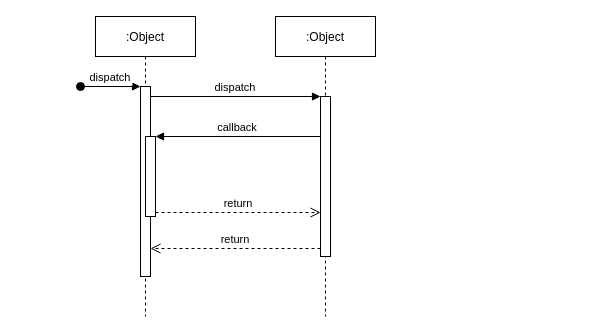
This is lottery.drawio from MrPeachHua/draw1, a draw.io file, before an edit. Source tidied: cells renumbered, new cells numbered last; positions are measured from the earlier drawing's top-left corner, leaving out a move shared by most shapes. Both pictures are drawn from the tidied source at 100%, with x=0, y=0 at pixel (80, 16).
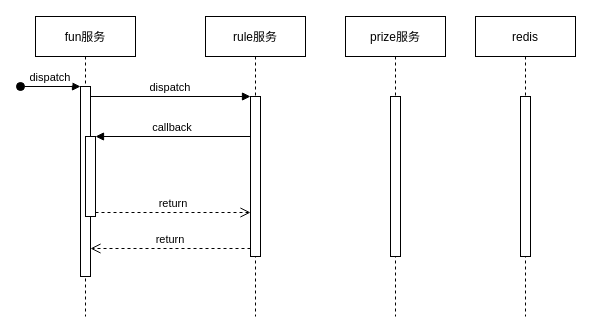
Above is the later version.

What changed in the source:
```diff
@@
 <mxGraphModel>
   <root>
     <mxCell id="0" />
     <mxCell id="1" parent="0" />
-    <mxCell id="2" value=":Object" style="shape=umlLifeline;perimeter=lifelinePerimeter;rounded=0;shadow=0;strokeWidth=1;" parent="1" vertex="1">
-      <mxGeometry x="15" width="100" height="300" as="geometry" />
+    <mxCell id="2" value="fun服务" style="shape=umlLifeline;perimeter=lifelinePerimeter;rounded=0;shadow=0;strokeWidth=1;" parent="1" vertex="1">
+      <mxGeometry x="-45" width="100" height="300" as="geometry" />
     </mxCell>
     <mxCell id="3" style="points=[];perimeter=orthogonalPerimeter;rounded=0;shadow=0;strokeWidth=1;" parent="2" vertex="1">
       <mxGeometry x="45" y="70" width="10" height="190" as="geometry" />
     </mxCell>
     <mxCell id="4" value="dispatch" style="verticalAlign=bottom;startArrow=oval;endArrow=block;startSize=8;shadow=0;strokeWidth=1;" parent="2" edge="1" target="3">
       <mxGeometry relative="1" as="geometry">
         <mxPoint x="-15" y="70" as="sourcePoint" />
       </mxGeometry>
     </mxCell>
     <mxCell id="5" style="points=[];perimeter=orthogonalPerimeter;rounded=0;shadow=0;strokeWidth=1;" parent="2" vertex="1">
       <mxGeometry x="50" y="120" width="10" height="80" as="geometry" />
     </mxCell>
-    <mxCell id="6" value=":Object" style="shape=umlLifeline;perimeter=lifelinePerimeter;rounded=0;shadow=0;strokeWidth=1;" parent="1" vertex="1">
-      <mxGeometry x="195" width="100" height="300" as="geometry" />
+    <mxCell id="6" value="rule服务" style="shape=umlLifeline;perimeter=lifelinePerimeter;rounded=0;shadow=0;strokeWidth=1;" parent="1" vertex="1">
+      <mxGeometry x="125" width="100" height="300" as="geometry" />
     </mxCell>
     <mxCell id="7" style="points=[];perimeter=orthogonalPerimeter;rounded=0;shadow=0;strokeWidth=1;" parent="6" vertex="1">
       <mxGeometry x="45" y="80" width="10" height="160" as="geometry" />
     </mxCell>
     <mxCell id="8" value="return" style="verticalAlign=bottom;endArrow=open;dashed=1;endSize=8;exitX=0;exitY=0.95;shadow=0;strokeWidth=1;" parent="1" edge="1" source="7" target="3">
       <mxGeometry relative="1" as="geometry" />
     </mxCell>
     <mxCell id="9" value="dispatch" style="verticalAlign=bottom;endArrow=block;entryX=0;entryY=0;shadow=0;strokeWidth=1;" parent="1" edge="1" source="3" target="7">
       <mxGeometry relative="1" as="geometry" />
     </mxCell>
     <mxCell id="10" value="callback" style="verticalAlign=bottom;endArrow=block;entryX=1;entryY=0;shadow=0;strokeWidth=1;" parent="1" edge="1" source="7" target="5">
       <mxGeometry relative="1" as="geometry" />
     </mxCell>
     <mxCell id="11" value="return" style="verticalAlign=bottom;endArrow=open;dashed=1;endSize=8;exitX=1;exitY=0.95;shadow=0;strokeWidth=1;" parent="1" edge="1" source="5" target="7">
       <mxGeometry relative="1" as="geometry" />
     </mxCell>
+    <mxCell id="12" value="prize服务" style="shape=umlLifeline;perimeter=lifelinePerimeter;rounded=0;shadow=0;strokeWidth=1;" parent="1" vertex="1">
+      <mxGeometry x="265" width="100" height="300" as="geometry" />
+    </mxCell>
+    <mxCell id="13" style="perimeter=orthogonalPerimeter;rounded=0;shadow=0;strokeWidth=1;" parent="12" vertex="1">
+      <mxGeometry x="45" y="80" width="10" height="160" as="geometry" />
+    </mxCell>
+    <mxCell id="14" value="redis" style="shape=umlLifeline;perimeter=lifelinePerimeter;rounded=0;shadow=0;strokeWidth=1;" parent="1" vertex="1">
+      <mxGeometry x="395" width="100" height="300" as="geometry" />
+    </mxCell>
+    <mxCell id="15" style="perimeter=orthogonalPerimeter;rounded=0;shadow=0;strokeWidth=1;" parent="14" vertex="1">
+      <mxGeometry x="45" y="80" width="10" height="160" as="geometry" />
+    </mxCell>
   </root>
 </mxGraphModel>
```
